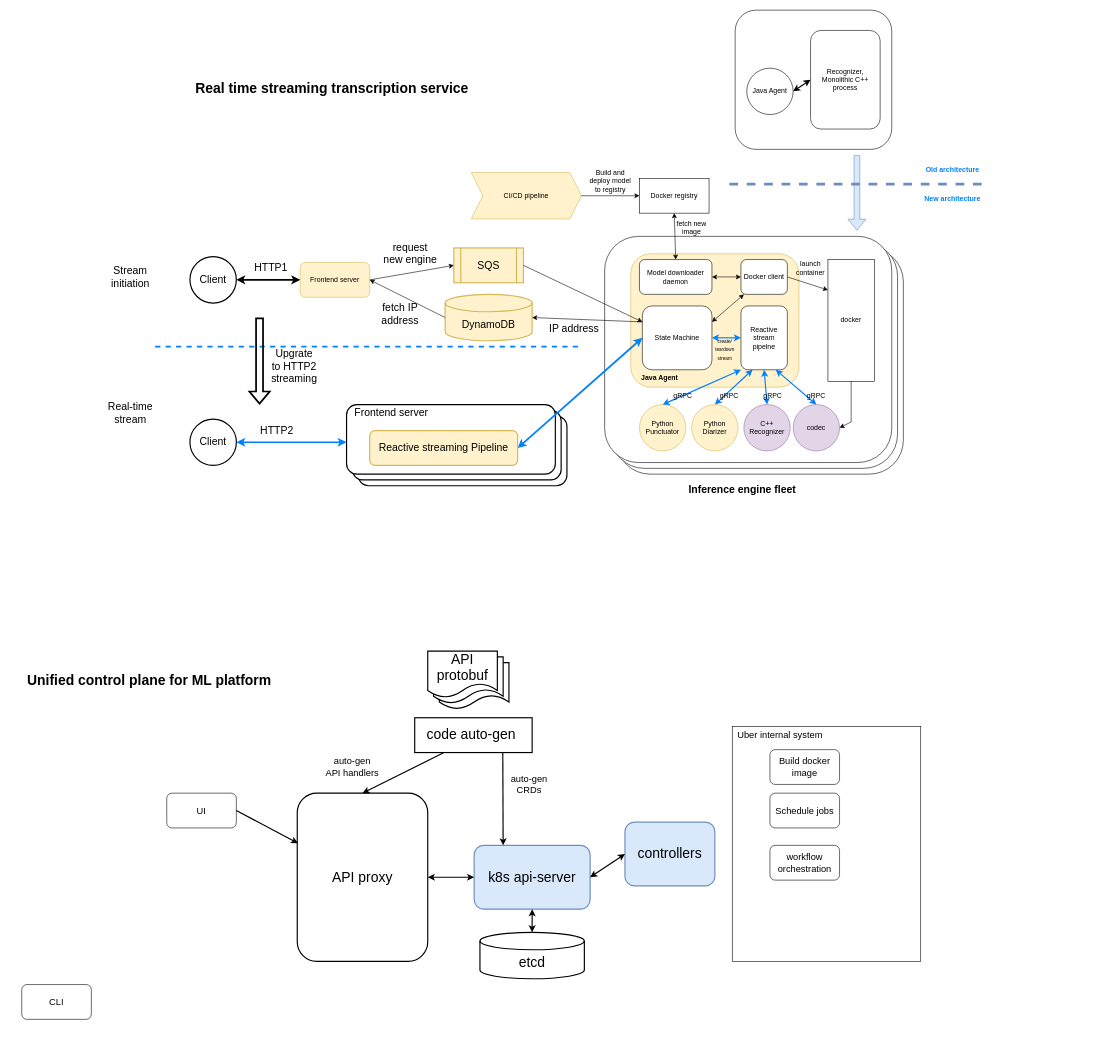
Before: Untitled Diagram.drawio in nvbkdw/aristotle, a draw.io diagram. Source tidied: cells renumbered, new cells numbered last; positions are measured from the earlier drawing's top-left corner, leaving out a move shared by most shapes. Both pictures are drawn from the tidied source at 58%, with x=0, y=0 at pixel (10, 10). Pictures stored in the file or linked from it are replaced by grey dashed boxes.
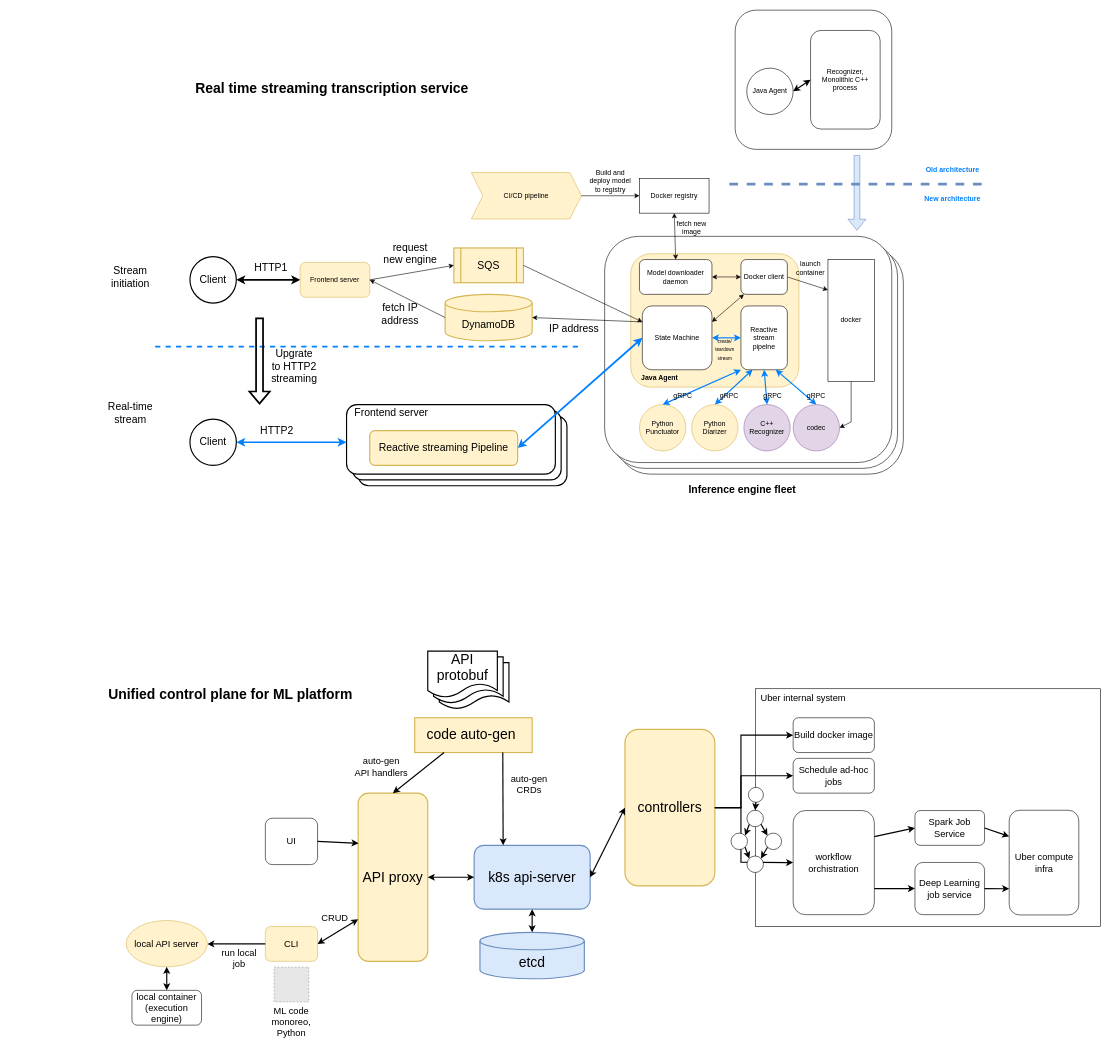
The same page after the edit.

The edit, as a diff of the source:
```diff
@@
+    <mxCell id="91" style="rounded=0;whiteSpace=wrap;html=1;fontSize=16;fontColor=#000000;strokeWidth=1;" parent="1" vertex="1">
+      <mxGeometry x="1285" y="1170" width="595" height="410" as="geometry" />
+    </mxCell>
+    <mxCell id="99" value="Deep Learning job service" style="rounded=1;whiteSpace=wrap;html=1;fontSize=16;fontColor=#000000;strokeWidth=1;" parent="1" vertex="1">
+      <mxGeometry x="1560" y="1469.5" width="120" height="90" as="geometry" />
+    </mxCell>
+    <mxCell id="94" value="workflow orchistration" style="rounded=1;whiteSpace=wrap;html=1;fontSize=16;fontColor=#000000;strokeWidth=1;" parent="1" vertex="1">
+      <mxGeometry x="1350" y="1380" width="140" height="179.5" as="geometry" />
+    </mxCell>
@@
-    <mxCell id="4" style="rounded=0;whiteSpace=wrap;html=1;fontSize=24;fontColor=#000000;strokeWidth=2;" parent="1" vertex="1">
+    <mxCell id="4" style="rounded=0;whiteSpace=wrap;html=1;fontSize=24;strokeWidth=2;fillColor=#fff2cc;strokeColor=#d6b656;" parent="1" vertex="1">
       <mxGeometry x="697.5" y="1220" width="202.5" height="60" as="geometry" />
     </mxCell>
@@
     <mxCell id="78" value="&lt;span id=&quot;docs-internal-guid-1835c72e-7fff-a9db-5ae2-24a109cde7ad&quot; style=&quot;font-size: 24px&quot;&gt;&lt;p dir=&quot;ltr&quot; style=&quot;line-height: 1.2 ; margin-top: 0pt ; margin-bottom: 0pt ; font-size: 24px&quot;&gt;&lt;span style=&quot;font-size: 24px ; font-family: &amp;#34;impact&amp;#34; ; background-color: transparent ; font-weight: 700 ; vertical-align: baseline&quot;&gt;Unified control plane for ML platform&lt;/span&gt;&lt;/p&gt;&lt;div style=&quot;font-size: 24px&quot;&gt;&lt;span style=&quot;font-size: 24px ; font-family: &amp;#34;impact&amp;#34; ; background-color: transparent ; font-weight: 700 ; vertical-align: baseline&quot;&gt;&lt;br style=&quot;font-size: 24px&quot;&gt;&lt;/span&gt;&lt;/div&gt;&lt;/span&gt;" style="text;html=1;strokeColor=none;fillColor=none;align=center;verticalAlign=middle;whiteSpace=wrap;rounded=0;fontSize=24;fontColor=#000000;" parent="1" vertex="1">
-      <mxGeometry y="1130" width="480" height="80" as="geometry" />
+      <mxGeometry x="140" y="1155" width="480" height="80" as="geometry" />
     </mxCell>
-    <mxCell id="79" value="etcd" style="shape=cylinder3;whiteSpace=wrap;html=1;boundedLbl=1;backgroundOutline=1;size=15;fontSize=24;fontColor=#000000;strokeWidth=2;" parent="1" vertex="1">
+    <mxCell id="79" value="etcd" style="shape=cylinder3;whiteSpace=wrap;html=1;boundedLbl=1;backgroundOutline=1;size=15;fontSize=24;strokeWidth=2;fillColor=#dae8fc;strokeColor=#6c8ebf;" parent="1" vertex="1">
       <mxGeometry x="810" y="1590" width="180" height="80" as="geometry" />
     </mxCell>
@@
-    <mxCell id="81" value="API proxy" style="rounded=1;whiteSpace=wrap;html=1;fontSize=24;fontColor=#000000;strokeWidth=2;" parent="1" vertex="1">
-      <mxGeometry x="495" y="1350" width="225" height="290" as="geometry" />
+    <mxCell id="81" value="API proxy" style="rounded=1;whiteSpace=wrap;html=1;fontSize=24;strokeWidth=2;fillColor=#fff2cc;strokeColor=#d6b656;" parent="1" vertex="1">
+      <mxGeometry x="600" y="1350" width="120" height="290" as="geometry" />
     </mxCell>
@@
     <mxCell id="87" value="auto-gen &lt;br&gt;API handlers" style="text;html=1;strokeColor=none;fillColor=none;align=center;verticalAlign=middle;whiteSpace=wrap;rounded=0;fontSize=16;fontColor=#000000;strokeWidth=0;" parent="1" vertex="1">
-      <mxGeometry x="500" y="1290" width="180" height="30" as="geometry" />
+      <mxGeometry x="550" y="1290" width="180" height="30" as="geometry" />
     </mxCell>
@@
-    <mxCell id="89" value="controllers" style="rounded=1;whiteSpace=wrap;html=1;fontSize=24;strokeWidth=2;fillColor=#dae8fc;strokeColor=#6c8ebf;" parent="1" vertex="1">
-      <mxGeometry x="1060" y="1400" width="155" height="110" as="geometry" />
+    <mxCell id="89" value="controllers" style="rounded=1;whiteSpace=wrap;html=1;fontSize=24;strokeWidth=2;fillColor=#fff2cc;strokeColor=#d6b656;" parent="1" vertex="1">
+      <mxGeometry x="1060" y="1240" width="155" height="270" as="geometry" />
     </mxCell>
@@
-    <mxCell id="91" style="rounded=0;whiteSpace=wrap;html=1;fontSize=16;fontColor=#000000;strokeWidth=1;" parent="1" vertex="1">
-      <mxGeometry x="1245" y="1235" width="325" height="405" as="geometry" />
-    </mxCell>
     <mxCell id="92" value="Build docker image" style="rounded=1;whiteSpace=wrap;html=1;fontSize=16;fontColor=#000000;strokeWidth=1;" parent="1" vertex="1">
-      <mxGeometry x="1310" y="1275" width="120" height="60" as="geometry" />
+      <mxGeometry x="1350" y="1220" width="140" height="60" as="geometry" />
     </mxCell>
-    <mxCell id="93" value="Schedule jobs" style="rounded=1;whiteSpace=wrap;html=1;fontSize=16;fontColor=#000000;strokeWidth=1;" parent="1" vertex="1">
-      <mxGeometry x="1310" y="1350" width="120" height="60" as="geometry" />
+    <mxCell id="93" value="Schedule ad-hoc jobs" style="rounded=1;whiteSpace=wrap;html=1;fontSize=16;fontColor=#000000;strokeWidth=1;" parent="1" vertex="1">
+      <mxGeometry x="1350" y="1290" width="140" height="60" as="geometry" />
     </mxCell>
-    <mxCell id="94" value="workflow orchestration" style="rounded=1;whiteSpace=wrap;html=1;fontSize=16;fontColor=#000000;strokeWidth=1;" parent="1" vertex="1">
-      <mxGeometry x="1310" y="1440" width="120" height="60" as="geometry" />
-    </mxCell>
     <mxCell id="95" value="Uber internal system" style="text;html=1;strokeColor=none;fillColor=none;align=center;verticalAlign=middle;whiteSpace=wrap;rounded=0;fontSize=16;fontColor=#000000;" parent="1" vertex="1">
-      <mxGeometry x="1245" y="1235" width="165" height="30" as="geometry" />
+      <mxGeometry x="1285" y="1170" width="165" height="30" as="geometry" />
     </mxCell>
-    <mxCell id="96" value="CLI" style="rounded=1;whiteSpace=wrap;html=1;fontSize=16;fontColor=#000000;strokeWidth=1;" parent="1" vertex="1">
-      <mxGeometry x="20" y="1680" width="120" height="60" as="geometry" />
+    <mxCell id="96" value="CLI" style="rounded=1;whiteSpace=wrap;html=1;fontSize=16;strokeWidth=1;fillColor=#fff2cc;strokeColor=#d6b656;" parent="1" vertex="1">
+      <mxGeometry x="440" y="1580" width="90" height="60" as="geometry" />
     </mxCell>
     <mxCell id="97" value="UI" style="rounded=1;whiteSpace=wrap;html=1;fontSize=16;fontColor=#000000;strokeWidth=1;" parent="1" vertex="1">
-      <mxGeometry x="270" y="1350" width="120" height="60" as="geometry" />
+      <mxGeometry x="440" y="1393.2" width="90" height="80" as="geometry" />
     </mxCell>
@@
+    <mxCell id="100" style="endArrow=classic;html=1;rounded=0;fontSize=16;fontColor=#000000;strokeColor=#000000;strokeWidth=2;exitX=1;exitY=0.5;exitDx=0;exitDy=0;entryX=0;entryY=0.5;entryDx=0;entryDy=0;" parent="1" edge="1" source="89" target="94">
+      <mxGeometry relative="1" as="geometry">
+        <Array as="points">
+          <mxPoint x="1260" y="1375" />
+          <mxPoint x="1260" y="1469" />
+        </Array>
+      </mxGeometry>
+    </mxCell>
+    <mxCell id="101" style="ellipse;whiteSpace=wrap;html=1;fontSize=16;fontColor=#000000;strokeWidth=1;" parent="1" vertex="1">
+      <mxGeometry x="1270.3" y="1379.5" width="28.4" height="28.4" as="geometry" />
+    </mxCell>
+    <mxCell id="102" style="ellipse;whiteSpace=wrap;html=1;fontSize=16;fontColor=#000000;strokeWidth=1;" parent="1" vertex="1">
+      <mxGeometry x="1242.9" y="1418.9" width="28.4" height="28.4" as="geometry" />
+    </mxCell>
+    <mxCell id="103" style="ellipse;whiteSpace=wrap;html=1;fontSize=16;fontColor=#000000;strokeWidth=1;" parent="1" vertex="1">
+      <mxGeometry x="1301.6" y="1418.9" width="28.4" height="28.4" as="geometry" />
+    </mxCell>
+    <mxCell id="104" style="ellipse;whiteSpace=wrap;html=1;fontSize=16;fontColor=#000000;strokeWidth=1;" parent="1" vertex="1">
+      <mxGeometry x="1272.9" y="1340" width="25.8" height="25.8" as="geometry" />
+    </mxCell>
+    <mxCell id="105" style="ellipse;whiteSpace=wrap;html=1;fontSize=16;fontColor=#000000;strokeWidth=1;" parent="1" vertex="1">
+      <mxGeometry x="1270.3" y="1458.4" width="28.4" height="28.4" as="geometry" />
+    </mxCell>
+    <mxCell id="106" style="endArrow=classic;html=1;rounded=0;fontSize=16;fontColor=#000000;strokeColor=#000000;strokeWidth=2;exitX=0.5;exitY=1;exitDx=0;exitDy=0;entryX=0.5;entryY=0;entryDx=0;entryDy=0;" parent="1" edge="1" source="104" target="101">
+      <mxGeometry relative="1" as="geometry" />
+    </mxCell>
+    <mxCell id="107" style="endArrow=classic;html=1;rounded=0;fontSize=16;fontColor=#000000;strokeColor=#000000;strokeWidth=2;exitX=1;exitY=1;exitDx=0;exitDy=0;entryX=0;entryY=0;entryDx=0;entryDy=0;" parent="1" edge="1" source="101" target="103">
+      <mxGeometry relative="1" as="geometry" />
+    </mxCell>
+    <mxCell id="108" style="endArrow=classic;html=1;rounded=0;fontSize=16;fontColor=#000000;strokeColor=#000000;strokeWidth=2;exitX=0;exitY=1;exitDx=0;exitDy=0;entryX=1;entryY=0;entryDx=0;entryDy=0;" parent="1" edge="1" source="101" target="102">
+      <mxGeometry relative="1" as="geometry" />
+    </mxCell>
+    <mxCell id="109" style="endArrow=classic;html=1;rounded=0;fontSize=16;fontColor=#000000;strokeColor=#000000;strokeWidth=2;exitX=0;exitY=1;exitDx=0;exitDy=0;entryX=1;entryY=0;entryDx=0;entryDy=0;" parent="1" edge="1" source="103" target="105">
+      <mxGeometry relative="1" as="geometry" />
+    </mxCell>
+    <mxCell id="110" style="endArrow=classic;html=1;rounded=0;fontSize=16;fontColor=#000000;strokeColor=#000000;strokeWidth=2;exitX=1;exitY=1;exitDx=0;exitDy=0;entryX=0;entryY=0;entryDx=0;entryDy=0;" parent="1" edge="1" source="102" target="105">
+      <mxGeometry relative="1" as="geometry" />
+    </mxCell>
+    <mxCell id="111" style="endArrow=classic;startArrow=classic;html=1;rounded=0;fontSize=16;fontColor=#000000;strokeColor=#000000;strokeWidth=2;exitX=1;exitY=0.5;exitDx=0;exitDy=0;entryX=0;entryY=0.75;entryDx=0;entryDy=0;" parent="1" edge="1" source="96" target="81">
+      <mxGeometry relative="1" as="geometry" />
+    </mxCell>
+    <mxCell id="112" value="CRUD" style="text;html=1;strokeColor=none;fillColor=none;align=center;verticalAlign=middle;whiteSpace=wrap;rounded=0;fontSize=16;fontColor=#000000;" parent="1" vertex="1">
+      <mxGeometry x="480" y="1550" width="160" height="30" as="geometry" />
+    </mxCell>
+    <mxCell id="113" style="endArrow=classic;html=1;rounded=0;fontSize=16;fontColor=#000000;strokeColor=#000000;strokeWidth=2;entryX=0;entryY=0.5;entryDx=0;entryDy=0;exitX=1;exitY=0.5;exitDx=0;exitDy=0;" parent="1" edge="1" source="89" target="93">
+      <mxGeometry relative="1" as="geometry">
+        <Array as="points">
+          <mxPoint x="1260" y="1375" />
+          <mxPoint x="1260" y="1320" />
+        </Array>
+      </mxGeometry>
+    </mxCell>
+    <mxCell id="114" style="endArrow=classic;html=1;rounded=0;fontSize=16;fontColor=#000000;strokeColor=#000000;strokeWidth=2;entryX=0;entryY=0.5;entryDx=0;entryDy=0;exitX=1;exitY=0.5;exitDx=0;exitDy=0;" parent="1" edge="1" source="89" target="92">
+      <mxGeometry relative="1" as="geometry">
+        <Array as="points">
+          <mxPoint x="1260" y="1375" />
+          <mxPoint x="1260" y="1250" />
+        </Array>
+      </mxGeometry>
+    </mxCell>
+    <mxCell id="115" value="Spark Job Service" style="rounded=1;whiteSpace=wrap;html=1;fontSize=16;fontColor=#000000;strokeWidth=1;" parent="1" vertex="1">
+      <mxGeometry x="1560" y="1380" width="120" height="60" as="geometry" />
+    </mxCell>
+    <mxCell id="116" value="Uber compute infra" style="rounded=1;whiteSpace=wrap;html=1;fontSize=16;fontColor=#000000;strokeWidth=1;" parent="1" vertex="1">
+      <mxGeometry x="1722.5" y="1379.5" width="120" height="180.5" as="geometry" />
+    </mxCell>
+    <mxCell id="117" style="endArrow=classic;html=1;rounded=0;fontSize=16;fontColor=#000000;strokeColor=#000000;strokeWidth=2;exitX=1;exitY=0.25;exitDx=0;exitDy=0;entryX=0;entryY=0.5;entryDx=0;entryDy=0;" parent="1" edge="1" source="94" target="115">
+      <mxGeometry relative="1" as="geometry" />
+    </mxCell>
+    <mxCell id="118" style="endArrow=classic;html=1;rounded=0;fontSize=16;fontColor=#000000;strokeColor=#000000;strokeWidth=2;exitX=1;exitY=0.75;exitDx=0;exitDy=0;entryX=0;entryY=0.5;entryDx=0;entryDy=0;" parent="1" edge="1" source="94" target="99">
+      <mxGeometry relative="1" as="geometry" />
+    </mxCell>
+    <mxCell id="119" style="endArrow=classic;html=1;rounded=0;fontSize=16;fontColor=#000000;strokeColor=#000000;strokeWidth=2;exitX=1;exitY=0.5;exitDx=0;exitDy=0;entryX=0;entryY=0.25;entryDx=0;entryDy=0;" parent="1" edge="1" source="115" target="116">
+      <mxGeometry relative="1" as="geometry" />
+    </mxCell>
+    <mxCell id="120" style="endArrow=classic;html=1;rounded=0;fontSize=16;fontColor=#000000;strokeColor=#000000;strokeWidth=2;exitX=1;exitY=0.5;exitDx=0;exitDy=0;entryX=0;entryY=0.75;entryDx=0;entryDy=0;" parent="1" edge="1" source="99" target="116">
+      <mxGeometry relative="1" as="geometry" />
+    </mxCell>
+    <mxCell id="121" style="fillColor=#E6E6E6;strokeColor=#999999;dashed=1;html=1;verticalAlign=top;verticalLabelPosition=bottom;labelBackgroundColor=#ffffff;fontSize=16;fontColor=#000000;" parent="1" vertex="1">
+      <mxGeometry x="455" y="1650" width="60" height="60" as="geometry" />
+    </mxCell>
+    <mxCell id="122" value="ML code monoreo, Python" style="text;html=1;strokeColor=none;fillColor=none;align=center;verticalAlign=middle;whiteSpace=wrap;rounded=0;fontSize=16;fontColor=#000000;" parent="1" vertex="1">
+      <mxGeometry x="435" y="1730" width="100" height="30" as="geometry" />
+    </mxCell>
+    <mxCell id="123" style="endArrow=classic;html=1;rounded=0;fontSize=16;fontColor=#000000;strokeColor=#000000;strokeWidth=2;exitX=0;exitY=0.5;exitDx=0;exitDy=0;" parent="1" edge="1" source="96">
+      <mxGeometry relative="1" as="geometry">
+        <mxPoint x="340" y="1610" as="targetPoint" />
+      </mxGeometry>
+    </mxCell>
+    <mxCell id="124" value="local API server" style="ellipse;whiteSpace=wrap;html=1;fontSize=16;strokeWidth=1;fillColor=#fff2cc;strokeColor=#d6b656;" parent="1" vertex="1">
+      <mxGeometry x="200" y="1569.5" width="140" height="80" as="geometry" />
+    </mxCell>
+    <mxCell id="125" value="local container&lt;br&gt;(execution engine)" style="rounded=1;whiteSpace=wrap;html=1;fontSize=16;fontColor=#000000;strokeWidth=1;" parent="1" vertex="1">
+      <mxGeometry x="210" y="1690" width="120" height="60" as="geometry" />
+    </mxCell>
+    <mxCell id="126" value="run local job" style="text;html=1;strokeColor=none;fillColor=none;align=center;verticalAlign=middle;whiteSpace=wrap;rounded=0;fontSize=16;fontColor=#000000;" parent="1" vertex="1">
+      <mxGeometry x="360" y="1619.5" width="70" height="30" as="geometry" />
+    </mxCell>
+    <mxCell id="127" style="endArrow=classic;startArrow=classic;html=1;rounded=0;fontSize=16;fontColor=#000000;strokeColor=#000000;strokeWidth=2;exitX=0.5;exitY=1;exitDx=0;exitDy=0;entryX=0.5;entryY=0;entryDx=0;entryDy=0;" parent="1" edge="1" source="124" target="125">
+      <mxGeometry relative="1" as="geometry" />
+    </mxCell>
```
